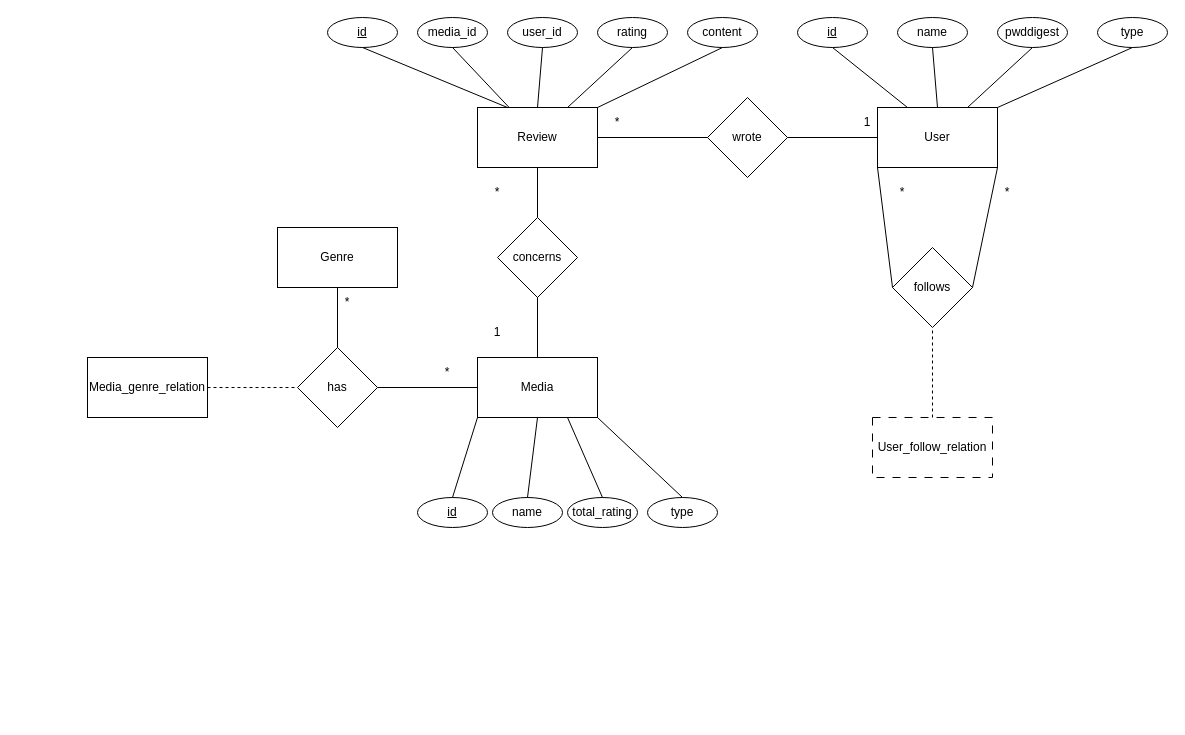
Above: misc/er.drawio in IceDops/slpws23 (draw.io), before the change. Source tidied: cells renumbered, new cells numbered last; positions are measured from the earlier drawing's top-left corner, leaving out a move shared by most shapes. Both pictures are drawn from the tidied source at 100%, with x=0, y=0 at pixel (87, 17).
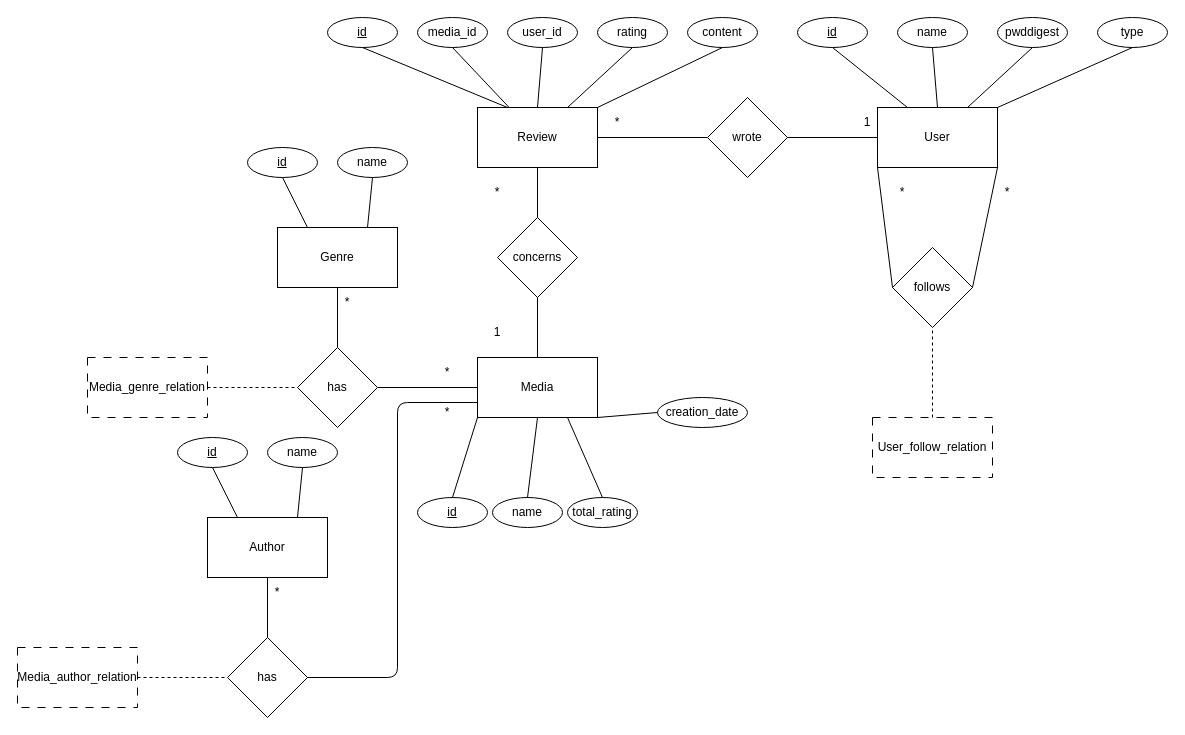
After the change.

The change refers to these unchanged cells:
```xml
<mxCell id="27" value="Media" style="rounded=0;whiteSpace=wrap;html=1;" parent="1" vertex="1">
  <mxGeometry x="390" y="340" width="120" height="60" as="geometry" />
</mxCell>
<mxCell id="50" value="Genre" style="rounded=0;whiteSpace=wrap;html=1;" parent="1" vertex="1">
  <mxGeometry x="190" y="210" width="120" height="60" as="geometry" />
</mxCell>
```

The edit, as a diff of the source:
```diff
@@
-    <mxCell id="31" value="type" style="ellipse;whiteSpace=wrap;html=1;" parent="1" vertex="1">
-      <mxGeometry x="560" y="480" width="70" height="30" as="geometry" />
-    </mxCell>
-    <mxCell id="32" style="endArrow=none;html=1;entryX=0.5;entryY=0;entryDx=0;entryDy=0;exitX=1;exitY=1;exitDx=0;exitDy=0;" parent="1" edge="1" source="27" target="31">
-      <mxGeometry relative="1" as="geometry" />
-    </mxCell>
@@
-    <mxCell id="55" value="Media_genre_relation" style="rounded=0;whiteSpace=wrap;html=1;" parent="1" vertex="1">
+    <mxCell id="55" value="Media_genre_relation" style="rounded=0;whiteSpace=wrap;html=1;dashed=1;dashPattern=8 8;" parent="1" vertex="1">
       <mxGeometry y="340" width="120" height="60" as="geometry" />
     </mxCell>
+    <mxCell id="56" style="endArrow=none;html=1;entryX=0.5;entryY=1;entryDx=0;entryDy=0;exitX=0.25;exitY=0;exitDx=0;exitDy=0;" parent="1" edge="1" source="50" target="57">
+      <mxGeometry relative="1" as="geometry" />
+    </mxCell>
+    <mxCell id="57" value="&lt;u&gt;id&lt;/u&gt;" style="ellipse;whiteSpace=wrap;html=1;" parent="1" vertex="1">
+      <mxGeometry x="160" y="130" width="70" height="30" as="geometry" />
+    </mxCell>
+    <mxCell id="58" value="name" style="ellipse;whiteSpace=wrap;html=1;" parent="1" vertex="1">
+      <mxGeometry x="250" y="130" width="70" height="30" as="geometry" />
+    </mxCell>
+    <mxCell id="59" style="endArrow=none;html=1;entryX=0.5;entryY=1;entryDx=0;entryDy=0;exitX=0.75;exitY=0;exitDx=0;exitDy=0;" parent="1" edge="1" source="50" target="58">
+      <mxGeometry relative="1" as="geometry" />
+    </mxCell>
+    <mxCell id="60" value="creation_date" style="ellipse;whiteSpace=wrap;html=1;" parent="1" vertex="1">
+      <mxGeometry x="570" y="380" width="90" height="30" as="geometry" />
+    </mxCell>
+    <mxCell id="61" style="edgeStyle=none;jettySize=auto;html=1;endArrow=none;endFill=0;entryX=0;entryY=0.5;entryDx=0;entryDy=0;exitX=1;exitY=1;exitDx=0;exitDy=0;" parent="1" edge="1" source="27" target="60">
+      <mxGeometry relative="1" as="geometry" />
+    </mxCell>
+    <mxCell id="62" value="has" style="rhombus;whiteSpace=wrap;html=1;" parent="1" vertex="1">
+      <mxGeometry x="140" y="620" width="80" height="80" as="geometry" />
+    </mxCell>
+    <mxCell id="63" value="Author" style="rounded=0;whiteSpace=wrap;html=1;" parent="1" vertex="1">
+      <mxGeometry x="120" y="500" width="120" height="60" as="geometry" />
+    </mxCell>
+    <mxCell id="64" style="endArrow=none;html=1;" parent="1" edge="1" source="62">
+      <mxGeometry relative="1" as="geometry">
+        <mxPoint x="180" y="560" as="targetPoint" />
+      </mxGeometry>
+    </mxCell>
+    <mxCell id="65" value="*" style="text;html=1;strokeColor=none;fillColor=none;align=center;verticalAlign=middle;whiteSpace=wrap;rounded=0;" parent="1" vertex="1">
+      <mxGeometry x="160" y="560" width="60" height="30" as="geometry" />
+    </mxCell>
+    <mxCell id="66" style="endArrow=none;dashed=1;html=1;" parent="1" edge="1">
+      <mxGeometry relative="1" as="geometry">
+        <mxPoint x="50" y="660" as="sourcePoint" />
+        <mxPoint x="140" y="660" as="targetPoint" />
+      </mxGeometry>
+    </mxCell>
+    <mxCell id="67" value="Media_author_relation" style="rounded=0;whiteSpace=wrap;html=1;dashed=1;dashPattern=8 8;" parent="1" vertex="1">
+      <mxGeometry x="-70" y="630" width="120" height="60" as="geometry" />
+    </mxCell>
+    <mxCell id="68" style="endArrow=none;html=1;entryX=0.5;entryY=1;entryDx=0;entryDy=0;exitX=0.25;exitY=0;exitDx=0;exitDy=0;" parent="1" edge="1" source="63" target="69">
+      <mxGeometry relative="1" as="geometry" />
+    </mxCell>
+    <mxCell id="69" value="&lt;u&gt;id&lt;/u&gt;" style="ellipse;whiteSpace=wrap;html=1;" parent="1" vertex="1">
+      <mxGeometry x="90" y="420" width="70" height="30" as="geometry" />
+    </mxCell>
+    <mxCell id="70" value="name" style="ellipse;whiteSpace=wrap;html=1;" parent="1" vertex="1">
+      <mxGeometry x="180" y="420" width="70" height="30" as="geometry" />
+    </mxCell>
+    <mxCell id="71" style="endArrow=none;html=1;entryX=0.5;entryY=1;entryDx=0;entryDy=0;exitX=0.75;exitY=0;exitDx=0;exitDy=0;" parent="1" edge="1" source="63" target="70">
+      <mxGeometry relative="1" as="geometry" />
+    </mxCell>
+    <mxCell id="72" style="endArrow=none;html=1;exitX=1;exitY=0.5;exitDx=0;exitDy=0;entryX=0;entryY=0.75;entryDx=0;entryDy=0;" parent="1" edge="1" source="62" target="27">
+      <mxGeometry relative="1" as="geometry">
+        <Array as="points">
+          <mxPoint x="310" y="660" />
+          <mxPoint x="310" y="385" />
+        </Array>
+      </mxGeometry>
+    </mxCell>
+    <mxCell id="73" value="*" style="text;html=1;strokeColor=none;fillColor=none;align=center;verticalAlign=middle;whiteSpace=wrap;rounded=0;" parent="1" vertex="1">
+      <mxGeometry x="330" y="380" width="60" height="30" as="geometry" />
+    </mxCell>
```
